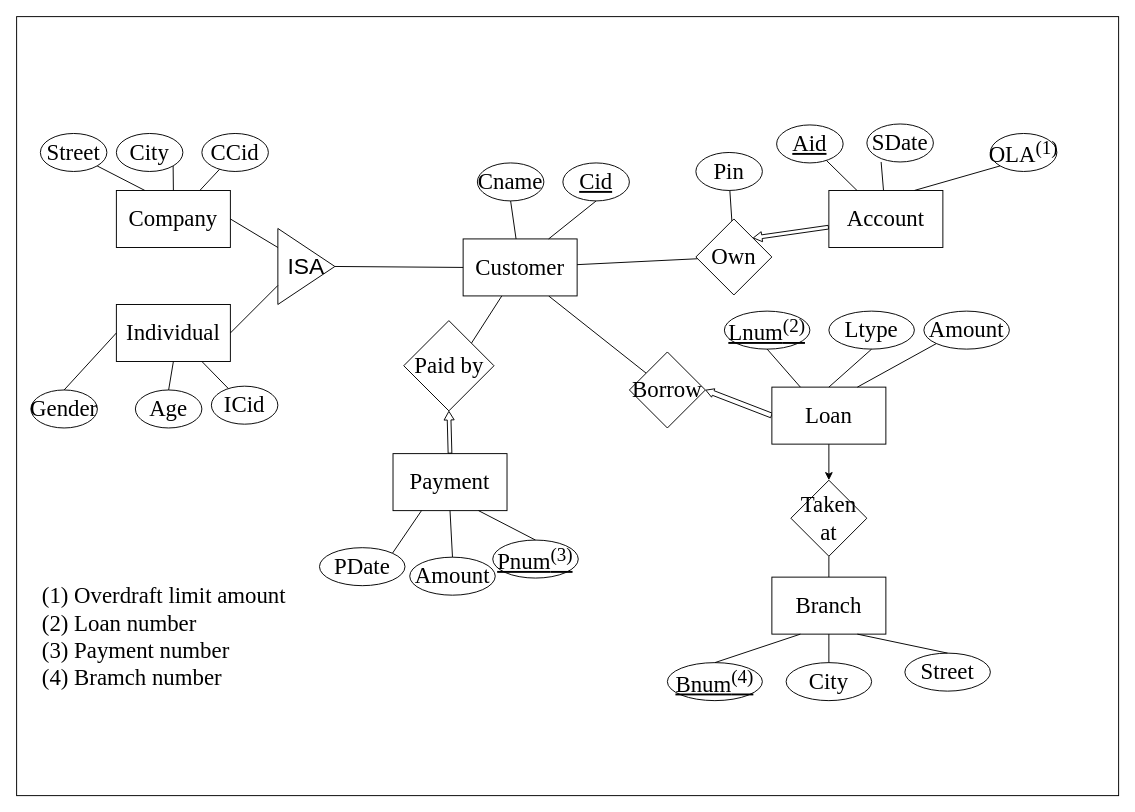
The draw.io diagram Assignment_1/Drawio/assignment_1.drawio in ZiangChen9/SDSC5003, before the edit. Source tidied: cells renumbered, new cells numbered last; positions are measured from the earlier drawing's top-left corner, leaving out a move shared by most shapes. Both pictures are drawn from the tidied source at 95%, with x=0, y=0 at pixel (16, 16).
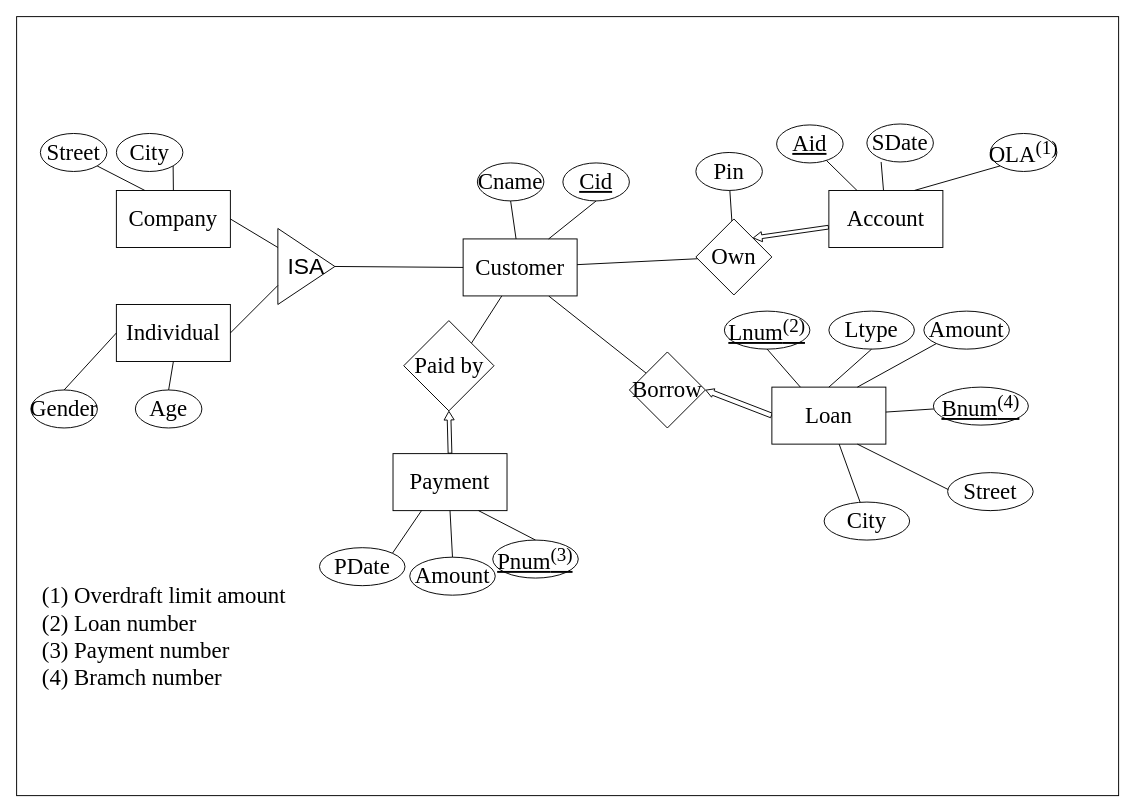
After the change.

Unchanged cells that the change refers to:
```xml
<mxCell id="5" value="&lt;font style=&quot;font-size: 24px;&quot;&gt;Individual&lt;/font&gt;" style="rounded=0;whiteSpace=wrap;html=1;fontFamily=Times New Roman;" parent="1" vertex="1">
  <mxGeometry x="105" y="303" width="120" height="60" as="geometry" />
</mxCell>
<mxCell id="6" value="&lt;span style=&quot;font-size: 24px;&quot;&gt;Company&lt;/span&gt;" style="rounded=0;whiteSpace=wrap;html=1;fontFamily=Times New Roman;" parent="1" vertex="1">
  <mxGeometry x="105" y="183" width="120" height="60" as="geometry" />
</mxCell>
<mxCell id="28" value="&lt;font face=&quot;Times New Roman&quot; style=&quot;font-size: 24px;&quot;&gt;Loan&lt;/font&gt;" style="rounded=0;whiteSpace=wrap;html=1;" parent="1" vertex="1">
  <mxGeometry x="795" y="390" width="120" height="60" as="geometry" />
</mxCell>
```

Change to the diagram source:
```diff
@@
-    <mxCell id="27" style="edgeStyle=none;rounded=0;sketch=0;html=1;exitX=0.5;exitY=1;exitDx=0;exitDy=0;entryX=0.5;entryY=0;entryDx=0;entryDy=0;strokeColor=default;fontFamily=Times New Roman;fontSize=24;endArrow=classic;endFill=1;" parent="1" edge="1" source="28" target="59">
-      <mxGeometry relative="1" as="geometry" />
-    </mxCell>
@@
-    <mxCell id="42" style="edgeStyle=none;rounded=0;sketch=0;html=1;strokeColor=default;fontFamily=Times New Roman;fontSize=24;endArrow=none;endFill=0;" parent="1" edge="1" source="43" target="59">
-      <mxGeometry relative="1" as="geometry" />
-    </mxCell>
-    <mxCell id="43" value="&lt;font face=&quot;Times New Roman&quot; style=&quot;font-size: 24px;&quot;&gt;Branch&lt;/font&gt;" style="rounded=0;whiteSpace=wrap;html=1;" parent="1" vertex="1">
-      <mxGeometry x="795" y="590" width="120" height="60" as="geometry" />
-    </mxCell>
+    <mxCell id="69" style="edgeStyle=none;html=1;endArrow=none;endFill=0;" parent="1" edge="1" source="44" target="28">
+      <mxGeometry relative="1" as="geometry" />
+    </mxCell>
     <mxCell id="44" value="&lt;u&gt;Bnum&lt;sup&gt;(4)&lt;/sup&gt;&lt;/u&gt;" style="ellipse;whiteSpace=wrap;html=1;fontFamily=Times New Roman;fontSize=24;" parent="1" vertex="1">
-      <mxGeometry x="685" y="680" width="100" height="40" as="geometry" />
+      <mxGeometry x="965" y="390" width="100" height="40" as="geometry" />
     </mxCell>
+    <mxCell id="70" style="edgeStyle=none;html=1;endArrow=none;endFill=0;" parent="1" edge="1" source="45" target="28">
+      <mxGeometry relative="1" as="geometry" />
+    </mxCell>
     <mxCell id="45" value="City" style="ellipse;whiteSpace=wrap;html=1;fontFamily=Times New Roman;fontSize=24;" parent="1" vertex="1">
-      <mxGeometry x="810" y="680" width="90" height="40" as="geometry" />
+      <mxGeometry x="850" y="511" width="90" height="40" as="geometry" />
     </mxCell>
-    <mxCell id="46" style="endArrow=none;html=1;rounded=0;sketch=0;strokeColor=default;fontFamily=Times New Roman;fontSize=24;entryX=0.5;entryY=0;entryDx=0;entryDy=0;exitX=0.5;exitY=1;exitDx=0;exitDy=0;" parent="1" edge="1" source="43" target="45">
-      <mxGeometry relative="1" as="geometry" />
-    </mxCell>
-    <mxCell id="47" style="endArrow=none;html=1;rounded=0;sketch=0;strokeColor=default;fontFamily=Times New Roman;fontSize=24;entryX=0.5;entryY=0;entryDx=0;entryDy=0;exitX=0.25;exitY=1;exitDx=0;exitDy=0;" parent="1" edge="1" source="43" target="44">
-      <mxGeometry relative="1" as="geometry" />
-    </mxCell>
+    <mxCell id="71" style="edgeStyle=none;html=1;exitX=0.5;exitY=1;exitDx=0;exitDy=0;entryX=0.75;entryY=1;entryDx=0;entryDy=0;endArrow=none;endFill=0;" parent="1" edge="1" source="48" target="28">
+      <mxGeometry relative="1" as="geometry" />
+    </mxCell>
     <mxCell id="48" value="Street" style="ellipse;whiteSpace=wrap;html=1;fontFamily=Times New Roman;fontSize=24;" parent="1" vertex="1">
-      <mxGeometry x="935" y="670" width="90" height="40" as="geometry" />
+      <mxGeometry x="980" y="480" width="90" height="40" as="geometry" />
     </mxCell>
-    <mxCell id="49" style="endArrow=none;html=1;rounded=0;sketch=0;strokeColor=default;fontFamily=Times New Roman;fontSize=24;entryX=0.5;entryY=0;entryDx=0;entryDy=0;exitX=0.75;exitY=1;exitDx=0;exitDy=0;" parent="1" edge="1" source="43" target="48">
-      <mxGeometry relative="1" as="geometry" />
-    </mxCell>
@@
-    <mxCell id="59" value="Taken at" style="rhombus;whiteSpace=wrap;html=1;fontFamily=Times New Roman;fontSize=24;" parent="1" vertex="1">
-      <mxGeometry x="815" y="488" width="80" height="80" as="geometry" />
-    </mxCell>
@@
-    <mxCell id="61" style="edgeStyle=none;html=1;endArrow=none;endFill=0;" parent="1" edge="1" source="62" target="6">
-      <mxGeometry relative="1" as="geometry" />
-    </mxCell>
-    <mxCell id="62" value="CCid" style="ellipse;whiteSpace=wrap;html=1;fontFamily=Times New Roman;fontSize=24;" parent="1" vertex="1">
-      <mxGeometry x="195" y="123" width="70" height="40" as="geometry" />
-    </mxCell>
-    <mxCell id="63" style="edgeStyle=none;html=1;endArrow=none;endFill=0;entryX=0.75;entryY=1;entryDx=0;entryDy=0;" parent="1" edge="1" source="64" target="5">
-      <mxGeometry relative="1" as="geometry" />
-    </mxCell>
-    <mxCell id="64" value="ICid" style="ellipse;whiteSpace=wrap;html=1;fontFamily=Times New Roman;fontSize=24;" parent="1" vertex="1">
-      <mxGeometry x="205" y="389" width="70" height="40" as="geometry" />
-    </mxCell>
```
